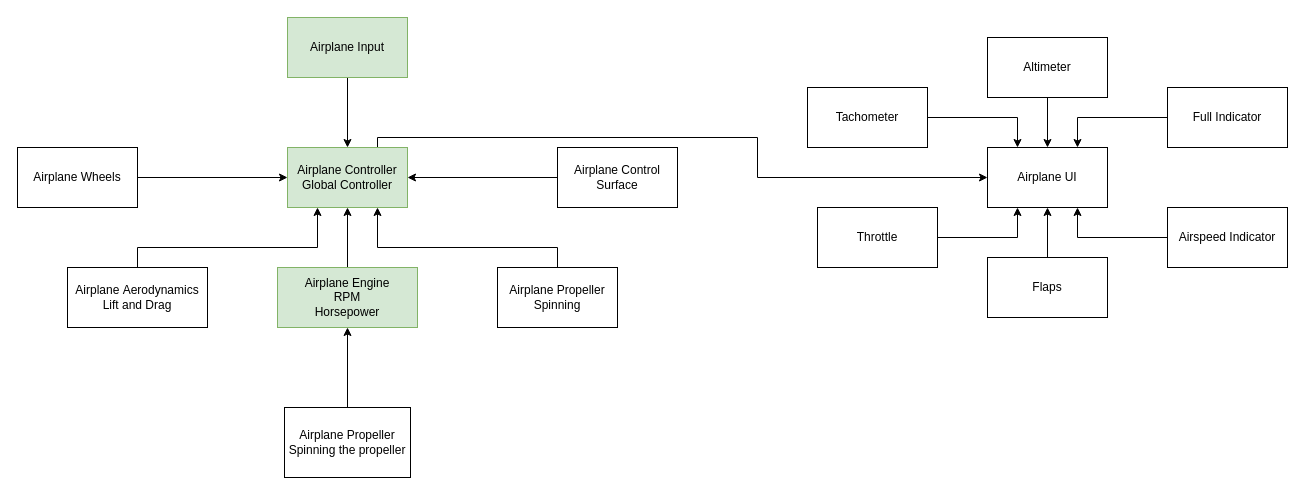
This is Airplane_Physics_Code_Design.drawio from WagnerDavi/Airplane_Physics_Game, a draw.io file, before an edit. Source tidied: cells renumbered, new cells numbered last; positions are measured from the earlier drawing's top-left corner, leaving out a move shared by most shapes. Both pictures are drawn from the tidied source at 100%, with x=0, y=0 at pixel (17, 17).
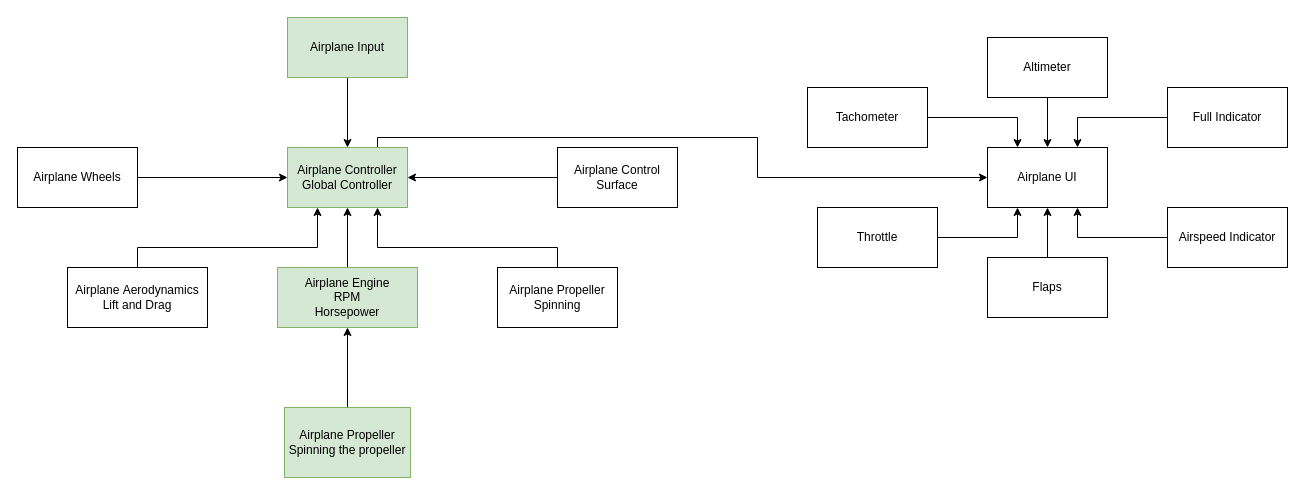
Above is the later version.

The edit, as a diff of the source:
```diff
@@
-    <mxCell id="30" value="Airplane Propeller&lt;br&gt;Spinning the propeller" style="rounded=0;whiteSpace=wrap;html=1;" parent="1" vertex="1">
+    <mxCell id="30" value="Airplane Propeller&lt;br&gt;Spinning the propeller" style="rounded=0;whiteSpace=wrap;html=1;fillColor=#d5e8d4;strokeColor=#82b366;" parent="1" vertex="1">
       <mxGeometry x="267" y="390" width="126" height="70" as="geometry" />
     </mxCell>
```
